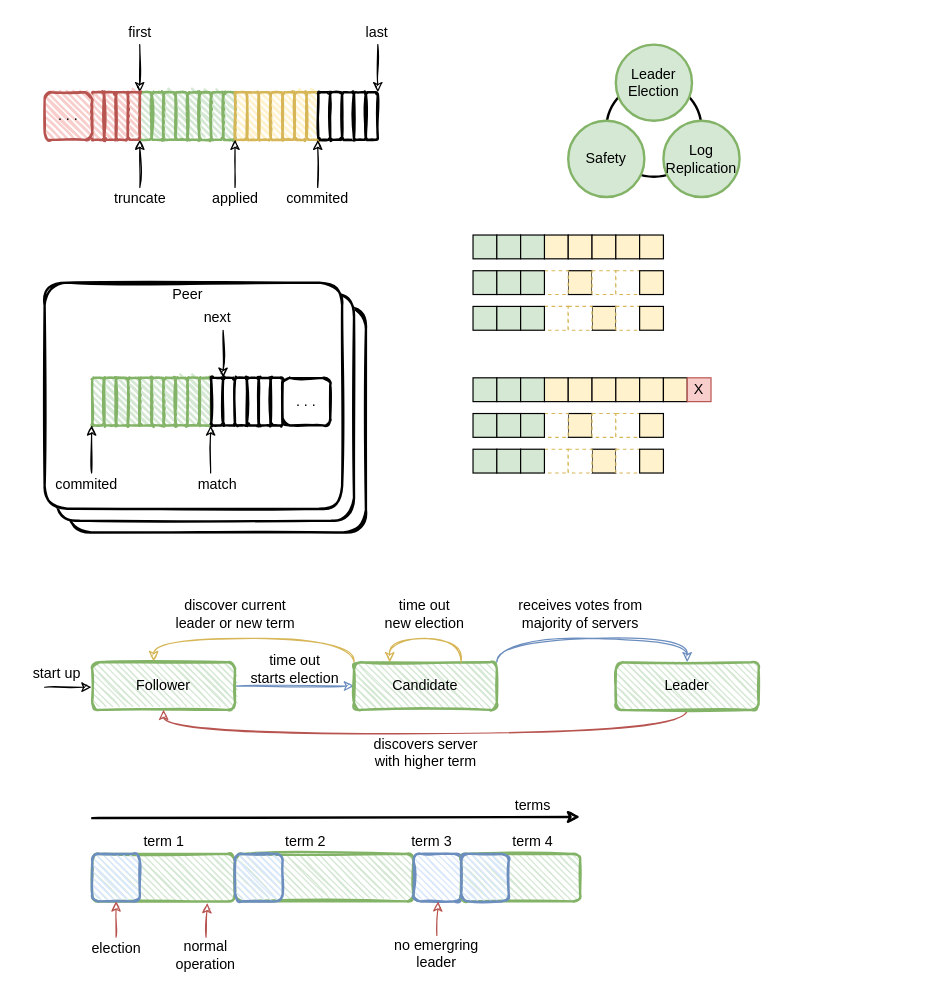
Earlier version of the draw.io diagram page "raft" (1 of 2) of consensus/raft.drawio (EarthWind/deeparch). Source tidied: cells renumbered, new cells numbered last; positions are measured from the earlier drawing's top-left corner, leaving out a move shared by most shapes. Both pictures are drawn from the tidied source at 119%, with x=0, y=0 at pixel (20, 20).
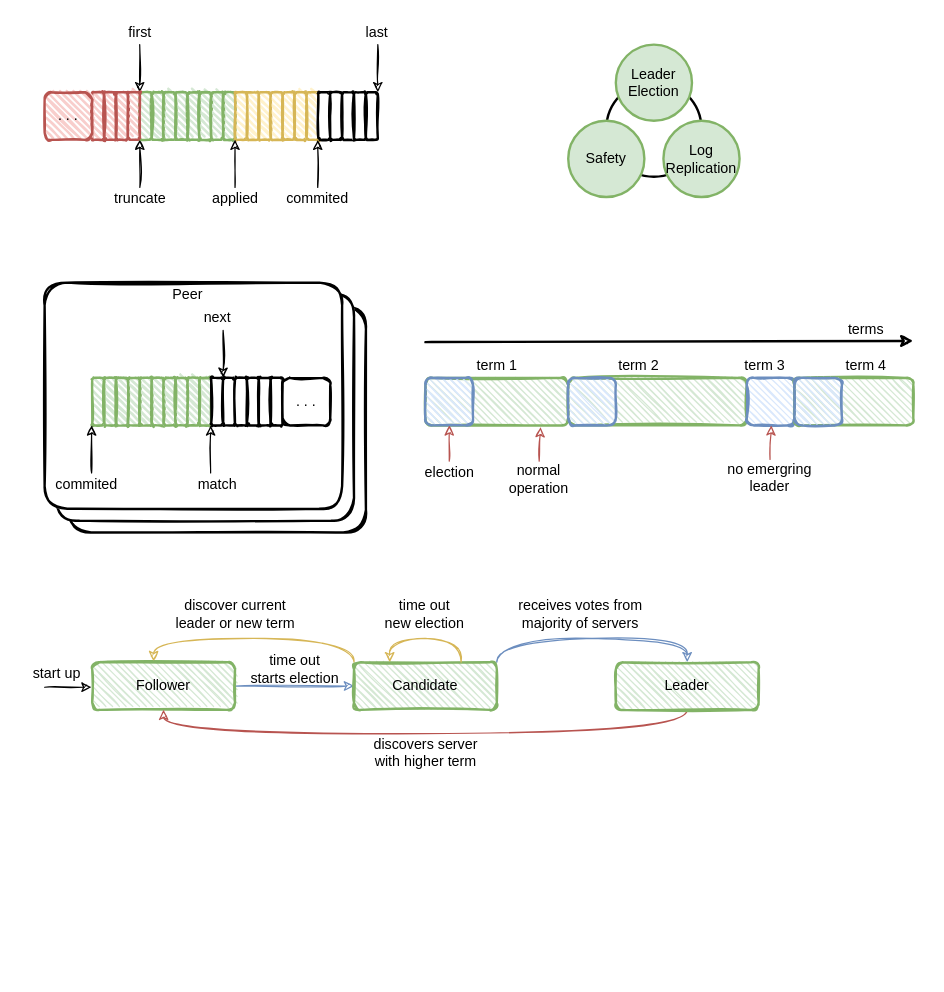
The same page after the edit.

What changed in the source:
```diff
@@
     <mxCell id="3" style="rounded=1;whiteSpace=wrap;html=1;strokeWidth=2;fillWeight=1;hachureGap=4;hachureAngle=45;fillColor=#d5e8d4;sketch=1;fontSize=12;strokeColor=#82b366;" parent="1" vertex="1">
-      <mxGeometry x="60" y="700" width="120" height="40" as="geometry" />
+      <mxGeometry x="340" y="300" width="120" height="40" as="geometry" />
     </mxCell>
@@
     <mxCell id="81" style="rounded=1;whiteSpace=wrap;html=1;strokeWidth=2;fillWeight=1;hachureGap=4;hachureAngle=45;fillColor=#dae8fc;sketch=1;fontSize=12;strokeColor=#6c8ebf;" parent="1" vertex="1">
-      <mxGeometry x="60" y="700" width="40" height="40" as="geometry" />
+      <mxGeometry x="340" y="300" width="40" height="40" as="geometry" />
     </mxCell>
     <mxCell id="82" value="term 1" style="text;html=1;align=center;verticalAlign=middle;strokeColor=none;fillColor=none;fontSize=12;" parent="1" vertex="1">
-      <mxGeometry x="95" y="680" width="50" height="20" as="geometry" />
+      <mxGeometry x="375" y="280" width="50" height="20" as="geometry" />
     </mxCell>
@@
     <mxCell id="84" value="election" style="text;html=1;align=center;verticalAlign=middle;points=[];strokeColor=none;fillColor=none;fontSize=12;" parent="1" vertex="1">
-      <mxGeometry x="50" y="770" width="60" height="20" as="geometry" />
+      <mxGeometry x="330" y="370" width="60" height="20" as="geometry" />
     </mxCell>
@@
     <mxCell id="86" value="normal&lt;br&gt;operation" style="text;html=1;align=center;verticalAlign=middle;points=[];strokeColor=none;fillColor=none;fontSize=12;" parent="1" vertex="1">
-      <mxGeometry x="120" y="770" width="70" height="30" as="geometry" />
+      <mxGeometry x="400" y="370" width="70" height="30" as="geometry" />
     </mxCell>
     <mxCell id="87" style="rounded=1;whiteSpace=wrap;html=1;strokeWidth=2;fillWeight=1;hachureGap=4;hachureAngle=45;fillColor=#d5e8d4;sketch=1;fontSize=12;strokeColor=#82b366;" parent="1" vertex="1">
-      <mxGeometry x="180" y="700" width="150" height="40" as="geometry" />
+      <mxGeometry x="460" y="300" width="150" height="40" as="geometry" />
     </mxCell>
     <mxCell id="88" style="rounded=1;whiteSpace=wrap;html=1;strokeWidth=2;fillWeight=1;hachureGap=4;hachureAngle=45;fillColor=#dae8fc;sketch=1;fontSize=12;strokeColor=#6c8ebf;" parent="1" vertex="1">
-      <mxGeometry x="180" y="700" width="40" height="40" as="geometry" />
+      <mxGeometry x="460" y="300" width="40" height="40" as="geometry" />
     </mxCell>
     <mxCell id="89" value="term 2" style="text;html=1;align=center;verticalAlign=middle;strokeColor=none;fillColor=none;fontSize=12;" parent="1" vertex="1">
-      <mxGeometry x="214" y="680" width="50" height="20" as="geometry" />
+      <mxGeometry x="494" y="280" width="50" height="20" as="geometry" />
     </mxCell>
     <mxCell id="90" style="rounded=1;whiteSpace=wrap;html=1;strokeWidth=2;fillWeight=1;hachureGap=4;hachureAngle=45;fillColor=#dae8fc;sketch=1;fontSize=12;strokeColor=#6c8ebf;" parent="1" vertex="1">
-      <mxGeometry x="330" y="700" width="40" height="40" as="geometry" />
+      <mxGeometry x="610" y="300" width="40" height="40" as="geometry" />
     </mxCell>
     <mxCell id="91" style="rounded=1;whiteSpace=wrap;html=1;strokeWidth=2;fillWeight=1;hachureGap=4;hachureAngle=45;fillColor=#d5e8d4;sketch=1;fontSize=12;strokeColor=#82b366;" parent="1" vertex="1">
-      <mxGeometry x="370" y="700" width="100" height="40" as="geometry" />
+      <mxGeometry x="650" y="300" width="100" height="40" as="geometry" />
     </mxCell>
     <mxCell id="92" style="rounded=1;whiteSpace=wrap;html=1;strokeWidth=2;fillWeight=1;hachureGap=4;hachureAngle=45;fillColor=#dae8fc;sketch=1;fontSize=12;strokeColor=#6c8ebf;" parent="1" vertex="1">
-      <mxGeometry x="370" y="700" width="40" height="40" as="geometry" />
+      <mxGeometry x="650" y="300" width="40" height="40" as="geometry" />
     </mxCell>
     <mxCell id="93" value="term 4" style="text;html=1;align=center;verticalAlign=middle;strokeColor=none;fillColor=none;fontSize=12;" parent="1" vertex="1">
-      <mxGeometry x="405" y="680" width="50" height="20" as="geometry" />
+      <mxGeometry x="685" y="280" width="50" height="20" as="geometry" />
     </mxCell>
     <mxCell id="94" value="term 3" style="text;html=1;align=center;verticalAlign=middle;strokeColor=none;fillColor=none;fontSize=12;" parent="1" vertex="1">
-      <mxGeometry x="320" y="680" width="50" height="20" as="geometry" />
+      <mxGeometry x="600" y="280" width="50" height="20" as="geometry" />
     </mxCell>
     <mxCell id="95" style="edgeStyle=none;rounded=0;sketch=1;jettySize=auto;html=1;entryX=0.806;entryY=1.036;entryDx=0;entryDy=0;entryPerimeter=0;fontSize=12;startArrow=none;startFill=0;endArrow=classic;endFill=1;fillColor=#f8cecc;strokeColor=#b85450;" parent="1" edge="1" source="96">
       <mxGeometry relative="1" as="geometry">
-        <mxPoint x="350.7" y="740" as="targetPoint" />
+        <mxPoint x="630.7" y="340" as="targetPoint" />
       </mxGeometry>
     </mxCell>
     <mxCell id="96" value="no emergring&lt;br&gt;leader" style="text;html=1;align=center;verticalAlign=middle;points=[];strokeColor=none;fillColor=none;fontSize=12;" parent="1" vertex="1">
-      <mxGeometry x="304" y="768.6" width="90" height="30" as="geometry" />
+      <mxGeometry x="584" y="368.6" width="90" height="30" as="geometry" />
     </mxCell>
     <mxCell id="97" style="endArrow=classic;html=1;fontSize=12;sketch=1;strokeWidth=2;shadow=0;" parent="1" edge="1">
       <mxGeometry relative="1" as="geometry">
-        <mxPoint x="60" y="670" as="sourcePoint" />
-        <mxPoint x="470" y="669" as="targetPoint" />
+        <mxPoint x="340" y="270" as="sourcePoint" />
+        <mxPoint x="750" y="269" as="targetPoint" />
       </mxGeometry>
     </mxCell>
     <mxCell id="98" value="terms" style="text;html=1;align=center;verticalAlign=middle;strokeColor=none;fillColor=none;fontSize=12;" parent="1" vertex="1">
-      <mxGeometry x="405" y="650" width="50" height="20" as="geometry" />
+      <mxGeometry x="685" y="250" width="50" height="20" as="geometry" />
     </mxCell>
@@
-    <mxCell id="102" style="rounded=0;whiteSpace=wrap;html=1;fillColor=#d5e8d4;strokeColor=#000000;" parent="1" vertex="1">
-      <mxGeometry x="380" y="180" width="20" height="20" as="geometry" />
-    </mxCell>
-    <mxCell id="103" style="rounded=0;whiteSpace=wrap;html=1;fillColor=#fff2cc;strokeColor=#000000;" parent="1" vertex="1">
-      <mxGeometry x="440" y="180" width="20" height="20" as="geometry" />
-    </mxCell>
-    <mxCell id="104" style="rounded=0;whiteSpace=wrap;html=1;fillColor=#fff2cc;strokeColor=#000000;" parent="1" vertex="1">
-      <mxGeometry x="460" y="210" width="20" height="20" as="geometry" />
-    </mxCell>
-    <mxCell id="105" style="rounded=0;whiteSpace=wrap;html=1;fillColor=#fff2cc;strokeColor=#000000;" parent="1" vertex="1">
-      <mxGeometry x="480" y="240" width="20" height="20" as="geometry" />
-    </mxCell>
-    <mxCell id="106" style="rounded=0;whiteSpace=wrap;html=1;fillColor=#FFFFFF;strokeColor=#d6b656;dashed=1;" parent="1" vertex="1">
-      <mxGeometry x="440" y="210" width="20" height="20" as="geometry" />
-    </mxCell>
-    <mxCell id="107" style="rounded=0;whiteSpace=wrap;html=1;fillColor=#FFFFFF;strokeColor=#d6b656;dashed=1;" parent="1" vertex="1">
-      <mxGeometry x="440" y="240" width="20" height="20" as="geometry" />
-    </mxCell>
-    <mxCell id="108" style="rounded=0;whiteSpace=wrap;html=1;fillColor=#FFFFFF;strokeColor=#d6b656;dashed=1;" parent="1" vertex="1">
-      <mxGeometry x="460" y="240" width="20" height="20" as="geometry" />
-    </mxCell>
-    <mxCell id="109" style="rounded=0;whiteSpace=wrap;html=1;fillColor=#FFFFFF;strokeColor=#d6b656;dashed=1;" parent="1" vertex="1">
-      <mxGeometry x="480" y="210" width="20" height="20" as="geometry" />
-    </mxCell>
-    <mxCell id="110" style="rounded=0;whiteSpace=wrap;html=1;fillColor=#FFFFFF;strokeColor=#d6b656;dashed=1;" parent="1" vertex="1">
-      <mxGeometry x="500" y="210" width="20" height="20" as="geometry" />
-    </mxCell>
-    <mxCell id="111" style="rounded=0;whiteSpace=wrap;html=1;fillColor=#FFFFFF;strokeColor=#d6b656;dashed=1;" parent="1" vertex="1">
-      <mxGeometry x="500" y="240" width="20" height="20" as="geometry" />
-    </mxCell>
-    <mxCell id="112" style="rounded=0;whiteSpace=wrap;html=1;fillColor=#d5e8d4;strokeColor=#000000;" parent="1" vertex="1">
-      <mxGeometry x="400" y="180" width="20" height="20" as="geometry" />
-    </mxCell>
-    <mxCell id="113" style="rounded=0;whiteSpace=wrap;html=1;fillColor=#d5e8d4;strokeColor=#000000;" parent="1" vertex="1">
-      <mxGeometry x="420" y="180" width="20" height="20" as="geometry" />
-    </mxCell>
-    <mxCell id="114" style="rounded=0;whiteSpace=wrap;html=1;fillColor=#fff2cc;strokeColor=#000000;" parent="1" vertex="1">
-      <mxGeometry x="460" y="180" width="20" height="20" as="geometry" />
-    </mxCell>
-    <mxCell id="115" style="rounded=0;whiteSpace=wrap;html=1;fillColor=#fff2cc;strokeColor=#000000;" parent="1" vertex="1">
-      <mxGeometry x="480" y="180" width="20" height="20" as="geometry" />
-    </mxCell>
-    <mxCell id="116" style="rounded=0;whiteSpace=wrap;html=1;fillColor=#fff2cc;strokeColor=#000000;" parent="1" vertex="1">
-      <mxGeometry x="500" y="180" width="20" height="20" as="geometry" />
-    </mxCell>
-    <mxCell id="117" style="rounded=0;whiteSpace=wrap;html=1;fillColor=#fff2cc;strokeColor=#000000;" parent="1" vertex="1">
-      <mxGeometry x="520" y="180" width="20" height="20" as="geometry" />
-    </mxCell>
-    <mxCell id="118" style="rounded=0;whiteSpace=wrap;html=1;fillColor=#d5e8d4;strokeColor=#000000;" parent="1" vertex="1">
-      <mxGeometry x="380" y="210" width="20" height="20" as="geometry" />
-    </mxCell>
-    <mxCell id="119" style="rounded=0;whiteSpace=wrap;html=1;fillColor=#d5e8d4;strokeColor=#000000;" parent="1" vertex="1">
-      <mxGeometry x="400" y="210" width="20" height="20" as="geometry" />
-    </mxCell>
-    <mxCell id="120" style="rounded=0;whiteSpace=wrap;html=1;fillColor=#d5e8d4;strokeColor=#000000;" parent="1" vertex="1">
-      <mxGeometry x="420" y="210" width="20" height="20" as="geometry" />
-    </mxCell>
-    <mxCell id="121" style="rounded=0;whiteSpace=wrap;html=1;fillColor=#d5e8d4;strokeColor=#000000;" parent="1" vertex="1">
-      <mxGeometry x="380" y="240" width="20" height="20" as="geometry" />
-    </mxCell>
-    <mxCell id="122" style="rounded=0;whiteSpace=wrap;html=1;fillColor=#d5e8d4;strokeColor=#000000;" parent="1" vertex="1">
-      <mxGeometry x="400" y="240" width="20" height="20" as="geometry" />
-    </mxCell>
-    <mxCell id="123" style="rounded=0;whiteSpace=wrap;html=1;fillColor=#d5e8d4;strokeColor=#000000;" parent="1" vertex="1">
-      <mxGeometry x="420" y="240" width="20" height="20" as="geometry" />
-    </mxCell>
-    <mxCell id="124" style="rounded=0;whiteSpace=wrap;html=1;fillColor=#fff2cc;strokeColor=#000000;" parent="1" vertex="1">
-      <mxGeometry x="520" y="210" width="20" height="20" as="geometry" />
-    </mxCell>
-    <mxCell id="125" style="rounded=0;whiteSpace=wrap;html=1;fillColor=#fff2cc;strokeColor=#000000;" parent="1" vertex="1">
-      <mxGeometry x="520" y="240" width="20" height="20" as="geometry" />
-    </mxCell>
-    <mxCell id="126" style="rounded=0;whiteSpace=wrap;html=1;fillColor=#d5e8d4;strokeColor=#000000;" parent="1" vertex="1">
-      <mxGeometry x="380" y="300" width="20" height="20" as="geometry" />
-    </mxCell>
-    <mxCell id="127" style="rounded=0;whiteSpace=wrap;html=1;fillColor=#fff2cc;strokeColor=#000000;" parent="1" vertex="1">
-      <mxGeometry x="440" y="300" width="20" height="20" as="geometry" />
-    </mxCell>
-    <mxCell id="128" style="rounded=0;whiteSpace=wrap;html=1;fillColor=#fff2cc;strokeColor=#000000;" parent="1" vertex="1">
-      <mxGeometry x="460" y="330" width="20" height="20" as="geometry" />
-    </mxCell>
-    <mxCell id="129" style="rounded=0;whiteSpace=wrap;html=1;fillColor=#fff2cc;strokeColor=#000000;" parent="1" vertex="1">
-      <mxGeometry x="480" y="360" width="20" height="20" as="geometry" />
-    </mxCell>
-    <mxCell id="130" style="rounded=0;whiteSpace=wrap;html=1;fillColor=#FFFFFF;strokeColor=#d6b656;dashed=1;" parent="1" vertex="1">
-      <mxGeometry x="440" y="330" width="20" height="20" as="geometry" />
-    </mxCell>
-    <mxCell id="131" style="rounded=0;whiteSpace=wrap;html=1;fillColor=#FFFFFF;strokeColor=#d6b656;dashed=1;" parent="1" vertex="1">
-      <mxGeometry x="440" y="360" width="20" height="20" as="geometry" />
-    </mxCell>
-    <mxCell id="132" style="rounded=0;whiteSpace=wrap;html=1;fillColor=#FFFFFF;strokeColor=#d6b656;dashed=1;" parent="1" vertex="1">
-      <mxGeometry x="460" y="360" width="20" height="20" as="geometry" />
-    </mxCell>
-    <mxCell id="133" style="rounded=0;whiteSpace=wrap;html=1;fillColor=#FFFFFF;strokeColor=#d6b656;dashed=1;" parent="1" vertex="1">
-      <mxGeometry x="480" y="330" width="20" height="20" as="geometry" />
-    </mxCell>
-    <mxCell id="134" style="rounded=0;whiteSpace=wrap;html=1;fillColor=#FFFFFF;strokeColor=#d6b656;dashed=1;" parent="1" vertex="1">
-      <mxGeometry x="500" y="330" width="20" height="20" as="geometry" />
-    </mxCell>
-    <mxCell id="135" style="rounded=0;whiteSpace=wrap;html=1;fillColor=#FFFFFF;strokeColor=#d6b656;dashed=1;" parent="1" vertex="1">
-      <mxGeometry x="500" y="360" width="20" height="20" as="geometry" />
-    </mxCell>
-    <mxCell id="136" style="rounded=0;whiteSpace=wrap;html=1;fillColor=#d5e8d4;strokeColor=#000000;" parent="1" vertex="1">
-      <mxGeometry x="400" y="300" width="20" height="20" as="geometry" />
-    </mxCell>
-    <mxCell id="137" style="rounded=0;whiteSpace=wrap;html=1;fillColor=#d5e8d4;strokeColor=#000000;" parent="1" vertex="1">
-      <mxGeometry x="420" y="300" width="20" height="20" as="geometry" />
-    </mxCell>
-    <mxCell id="138" style="rounded=0;whiteSpace=wrap;html=1;fillColor=#fff2cc;strokeColor=#000000;" parent="1" vertex="1">
-      <mxGeometry x="460" y="300" width="20" height="20" as="geometry" />
-    </mxCell>
-    <mxCell id="139" style="rounded=0;whiteSpace=wrap;html=1;fillColor=#fff2cc;strokeColor=#000000;" parent="1" vertex="1">
-      <mxGeometry x="480" y="300" width="20" height="20" as="geometry" />
-    </mxCell>
-    <mxCell id="140" style="rounded=0;whiteSpace=wrap;html=1;fillColor=#fff2cc;strokeColor=#000000;" parent="1" vertex="1">
-      <mxGeometry x="500" y="300" width="20" height="20" as="geometry" />
-    </mxCell>
-    <mxCell id="141" style="rounded=0;whiteSpace=wrap;html=1;fillColor=#fff2cc;strokeColor=#000000;" parent="1" vertex="1">
-      <mxGeometry x="520" y="300" width="20" height="20" as="geometry" />
-    </mxCell>
-    <mxCell id="142" style="rounded=0;whiteSpace=wrap;html=1;fillColor=#d5e8d4;strokeColor=#000000;" parent="1" vertex="1">
-      <mxGeometry x="380" y="330" width="20" height="20" as="geometry" />
-    </mxCell>
-    <mxCell id="143" style="rounded=0;whiteSpace=wrap;html=1;fillColor=#d5e8d4;strokeColor=#000000;" parent="1" vertex="1">
-      <mxGeometry x="400" y="330" width="20" height="20" as="geometry" />
-    </mxCell>
-    <mxCell id="144" style="rounded=0;whiteSpace=wrap;html=1;fillColor=#d5e8d4;strokeColor=#000000;" parent="1" vertex="1">
-      <mxGeometry x="420" y="330" width="20" height="20" as="geometry" />
-    </mxCell>
-    <mxCell id="145" style="rounded=0;whiteSpace=wrap;html=1;fillColor=#d5e8d4;strokeColor=#000000;" parent="1" vertex="1">
-      <mxGeometry x="380" y="360" width="20" height="20" as="geometry" />
-    </mxCell>
-    <mxCell id="146" style="rounded=0;whiteSpace=wrap;html=1;fillColor=#d5e8d4;strokeColor=#000000;" parent="1" vertex="1">
-      <mxGeometry x="400" y="360" width="20" height="20" as="geometry" />
-    </mxCell>
-    <mxCell id="147" style="rounded=0;whiteSpace=wrap;html=1;fillColor=#d5e8d4;strokeColor=#000000;" parent="1" vertex="1">
-      <mxGeometry x="420" y="360" width="20" height="20" as="geometry" />
-    </mxCell>
-    <mxCell id="148" style="rounded=0;whiteSpace=wrap;html=1;fillColor=#fff2cc;strokeColor=#000000;" parent="1" vertex="1">
-      <mxGeometry x="520" y="330" width="20" height="20" as="geometry" />
-    </mxCell>
-    <mxCell id="149" style="rounded=0;whiteSpace=wrap;html=1;fillColor=#fff2cc;strokeColor=#000000;" parent="1" vertex="1">
-      <mxGeometry x="520" y="360" width="20" height="20" as="geometry" />
-    </mxCell>
-    <mxCell id="150" style="rounded=0;whiteSpace=wrap;html=1;fillColor=#fff2cc;strokeColor=#000000;" parent="1" vertex="1">
-      <mxGeometry x="540" y="300" width="20" height="20" as="geometry" />
-    </mxCell>
-    <mxCell id="151" value="X" style="rounded=0;whiteSpace=wrap;html=1;fillColor=#f8cecc;strokeColor=#b85450;" parent="1" vertex="1">
-      <mxGeometry x="560" y="300" width="20" height="20" as="geometry" />
-    </mxCell>
```
